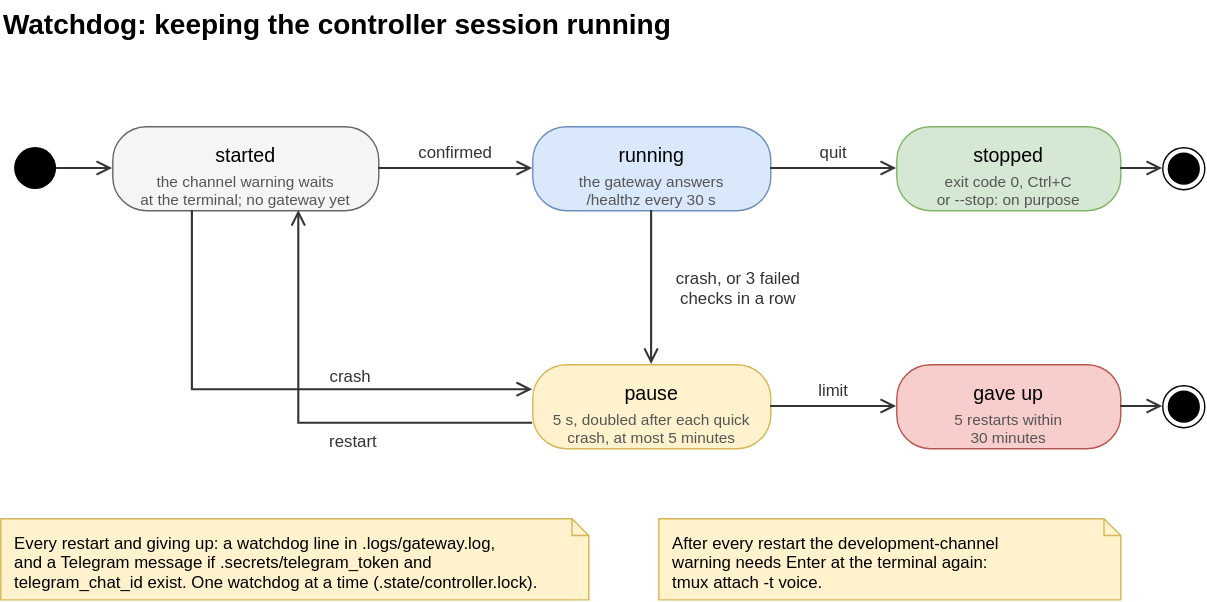
The draw.io diagram docs/watchdog.drawio.svg in alderg/cc-voice-gateway, before a commit. Source tidied: cells renumbered, new cells last; positions are measured from the earlier drawing's top-left corner, leaving out a move shared by most shapes. Its diagram source:
```xml
<mxGraphModel>
  <root>
    <mxCell id="0" />
    <mxCell id="1" parent="0" />
    <mxCell id="2" value="Watchdog: keeping the controller session running" style="text;html=0;fontSize=20;align=left;verticalAlign=middle;strokeColor=none;fillColor=none;fontStyle=1;fontColor=#000000;" parent="1" vertex="1">
      <mxGeometry width="840" height="30" as="geometry" />
    </mxCell>
    <mxCell id="3" style="ellipse;html=0;fillColor=#000000;strokeColor=none;" parent="1" vertex="1">
      <mxGeometry x="10" y="105" width="30" height="30" as="geometry" />
    </mxCell>
    <mxCell id="4" value="started" style="rounded=1;arcSize=40;html=0;fontSize=14;fillColor=#f5f5f5;strokeColor=#666666;fontStyle=0;verticalAlign=top;spacingTop=6.5;" parent="1" vertex="1">
      <mxGeometry x="80" y="90" width="190" height="60" as="geometry" />
    </mxCell>
    <mxCell id="5" value="the channel warning waits&#10;at the terminal; no gateway yet" style="text;html=0;fontSize=11;fontColor=#555555;align=center;verticalAlign=top;spacing=0;strokeColor=none;fillColor=none;" parent="4" vertex="1">
      <mxGeometry y="28.3" width="190" height="26.4" as="geometry" />
    </mxCell>
    <mxCell id="6" value="running" style="rounded=1;arcSize=40;html=0;fontSize=14;fillColor=#dae8fc;strokeColor=#6c8ebf;fontStyle=0;verticalAlign=top;spacingTop=6.5;" parent="1" vertex="1">
      <mxGeometry x="380" y="90" width="170" height="60" as="geometry" />
    </mxCell>
    <mxCell id="7" value="the gateway answers&#10;/healthz every 30 s" style="text;html=0;fontSize=11;fontColor=#555555;align=center;verticalAlign=top;spacing=0;strokeColor=none;fillColor=none;" parent="6" vertex="1">
      <mxGeometry y="28.3" width="170" height="26.4" as="geometry" />
    </mxCell>
    <mxCell id="8" value="stopped" style="rounded=1;arcSize=40;html=0;fontSize=14;fillColor=#d5e8d4;strokeColor=#82b366;fontStyle=0;verticalAlign=top;spacingTop=6.5;" parent="1" vertex="1">
      <mxGeometry x="640" y="90" width="160" height="60" as="geometry" />
    </mxCell>
    <mxCell id="9" value="exit code 0, Ctrl+C&#10;or --stop: on purpose" style="text;html=0;fontSize=11;fontColor=#555555;align=center;verticalAlign=top;spacing=0;strokeColor=none;fillColor=none;" parent="8" vertex="1">
      <mxGeometry y="28.3" width="160" height="26.4" as="geometry" />
    </mxCell>
    <mxCell id="10" style="ellipse;shape=endState;html=0;fillColor=#000000;strokeColor=#000000;" parent="1" vertex="1">
      <mxGeometry x="830" y="105" width="30" height="30" as="geometry" />
    </mxCell>
    <mxCell id="11" value="pause" style="rounded=1;arcSize=40;html=0;fontSize=14;fillColor=#fff2cc;strokeColor=#d6b656;fontStyle=0;verticalAlign=top;spacingTop=6.5;" parent="1" vertex="1">
      <mxGeometry x="380" y="260" width="170" height="60" as="geometry" />
    </mxCell>
    <mxCell id="12" value="5 s, doubled after each quick&#10;crash, at most 5 minutes" style="text;html=0;fontSize=11;fontColor=#555555;align=center;verticalAlign=top;spacing=0;strokeColor=none;fillColor=none;" parent="11" vertex="1">
      <mxGeometry y="28.3" width="170" height="26.4" as="geometry" />
    </mxCell>
    <mxCell id="13" value="gave up" style="rounded=1;arcSize=40;html=0;fontSize=14;fillColor=#f8cecc;strokeColor=#b85450;fontStyle=0;verticalAlign=top;spacingTop=6.5;" parent="1" vertex="1">
      <mxGeometry x="640" y="260" width="160" height="60" as="geometry" />
    </mxCell>
    <mxCell id="14" value="5 restarts within&#10;30 minutes" style="text;html=0;fontSize=11;fontColor=#555555;align=center;verticalAlign=top;spacing=0;strokeColor=none;fillColor=none;" parent="13" vertex="1">
      <mxGeometry y="28.3" width="160" height="26.4" as="geometry" />
    </mxCell>
    <mxCell id="15" style="ellipse;shape=endState;html=0;fillColor=#000000;strokeColor=#000000;" parent="1" vertex="1">
      <mxGeometry x="830" y="275" width="30" height="30" as="geometry" />
    </mxCell>
    <mxCell id="16" value="Every restart and giving up: a watchdog line in .logs/gateway.log,&#10;and a Telegram message if .secrets/telegram_token and&#10;telegram_chat_id exist. One watchdog at a time (.state/controller.lock)." style="shape=note;size=12;html=0;fontSize=12;align=left;verticalAlign=top;spacingLeft=8;spacingTop=4;fillColor=#fff2cc;strokeColor=#d6b656;" parent="1" vertex="1">
      <mxGeometry y="370" width="420" height="58" as="geometry" />
    </mxCell>
    <mxCell id="17" value="After every restart the development-channel&#10;warning needs Enter at the terminal again:&#10;tmux attach -t voice." style="shape=note;size=12;html=0;fontSize=12;align=left;verticalAlign=top;spacingLeft=8;spacingTop=4;fillColor=#fff2cc;strokeColor=#d6b656;" parent="1" vertex="1">
      <mxGeometry x="470" y="370" width="330" height="58" as="geometry" />
    </mxCell>
    <mxCell id="18" style="edgeStyle=none;rounded=0;html=0;endArrow=open;endFill=0;endSize=8;startArrow=none;strokeColor=#333333;strokeWidth=1.5;fontSize=12;fontColor=#333333;labelBackgroundColor=#ffffff;exitX=1;exitY=0.5;exitDx=0;exitDy=0;entryX=0;entryY=0.5;entryDx=0;entryDy=0;" parent="1" edge="1" source="3" target="4">
      <mxGeometry relative="1" as="geometry" />
    </mxCell>
    <mxCell id="19" value="confirmed" style="edgeStyle=none;rounded=0;html=0;endArrow=open;endFill=0;endSize=8;startArrow=none;strokeColor=#333333;strokeWidth=1.5;fontSize=12;fontColor=#333333;labelBackgroundColor=#ffffff;exitX=1;exitY=0.5;exitDx=0;exitDy=0;entryX=0;entryY=0.5;entryDx=0;entryDy=0;" parent="1" edge="1" source="4" target="6">
      <mxGeometry relative="1" as="geometry">
        <mxPoint y="-12" as="offset" />
      </mxGeometry>
    </mxCell>
    <mxCell id="20" value="quit" style="edgeStyle=none;rounded=0;html=0;endArrow=open;endFill=0;endSize=8;startArrow=none;strokeColor=#333333;strokeWidth=1.5;fontSize=12;fontColor=#333333;labelBackgroundColor=#ffffff;exitX=1;exitY=0.5;exitDx=0;exitDy=0;entryX=0;entryY=0.5;entryDx=0;entryDy=0;" parent="1" edge="1" source="6" target="8">
      <mxGeometry relative="1" as="geometry">
        <mxPoint y="-12" as="offset" />
      </mxGeometry>
    </mxCell>
    <mxCell id="21" style="edgeStyle=none;rounded=0;html=0;endArrow=open;endFill=0;endSize=8;startArrow=none;strokeColor=#333333;strokeWidth=1.5;fontSize=12;fontColor=#333333;labelBackgroundColor=#ffffff;exitX=1;exitY=0.5;exitDx=0;exitDy=0;entryX=0;entryY=0.5;entryDx=0;entryDy=0;" parent="1" edge="1" source="8" target="10">
      <mxGeometry relative="1" as="geometry" />
    </mxCell>
    <mxCell id="22" value="crash, or 3 failed&#10;checks in a row" style="edgeStyle=none;rounded=0;html=0;endArrow=open;endFill=0;endSize=8;startArrow=none;strokeColor=#333333;strokeWidth=1.5;fontSize=12;fontColor=#333333;labelBackgroundColor=#ffffff;exitX=0.5;exitY=1;exitDx=0;exitDy=0;entryX=0.5;entryY=0;entryDx=0;entryDy=0;" parent="1" edge="1" source="6" target="11">
      <mxGeometry relative="1" as="geometry">
        <mxPoint x="62" as="offset" />
      </mxGeometry>
    </mxCell>
    <mxCell id="23" value="crash" style="edgeStyle=none;rounded=0;html=0;endArrow=open;endFill=0;endSize=8;startArrow=none;strokeColor=#333333;strokeWidth=1.5;fontSize=12;fontColor=#333333;labelBackgroundColor=#ffffff;exitX=0.3;exitY=1;exitDx=0;exitDy=0;entryX=0;entryY=0.3;entryDx=0;entryDy=0;" parent="1" edge="1" source="4" target="11">
      <mxGeometry x="0.3" relative="1" as="geometry">
        <Array as="points">
          <mxPoint x="137" y="278" />
        </Array>
        <mxPoint y="-10" as="offset" />
      </mxGeometry>
    </mxCell>
    <mxCell id="24" value="restart" style="edgeStyle=none;rounded=0;html=0;endArrow=open;endFill=0;endSize=8;startArrow=none;strokeColor=#333333;strokeWidth=1.5;fontSize=12;fontColor=#333333;labelBackgroundColor=#ffffff;exitX=0;exitY=0.7;exitDx=0;exitDy=0;entryX=0.7;entryY=1;entryDx=0;entryDy=0;" parent="1" edge="1" source="11" target="4">
      <mxGeometry x="-0.2" relative="1" as="geometry">
        <Array as="points">
          <mxPoint x="213" y="302" />
        </Array>
        <mxPoint y="12" as="offset" />
      </mxGeometry>
    </mxCell>
    <mxCell id="25" value="limit" style="edgeStyle=none;rounded=0;html=0;endArrow=open;endFill=0;endSize=8;startArrow=none;strokeColor=#333333;strokeWidth=1.5;fontSize=12;fontColor=#333333;labelBackgroundColor=#ffffff;exitX=1;exitY=0.5;exitDx=0;exitDy=0;entryX=0;entryY=0.5;entryDx=0;entryDy=0;" parent="1" edge="1" source="11" target="13">
      <mxGeometry relative="1" as="geometry">
        <mxPoint y="-12" as="offset" />
      </mxGeometry>
    </mxCell>
    <mxCell id="26" style="edgeStyle=none;rounded=0;html=0;endArrow=open;endFill=0;endSize=8;startArrow=none;strokeColor=#333333;strokeWidth=1.5;fontSize=12;fontColor=#333333;labelBackgroundColor=#ffffff;exitX=1;exitY=0.5;exitDx=0;exitDy=0;entryX=0;entryY=0.5;entryDx=0;entryDy=0;" parent="1" edge="1" source="13" target="15">
      <mxGeometry relative="1" as="geometry" />
    </mxCell>
  </root>
</mxGraphModel>
```
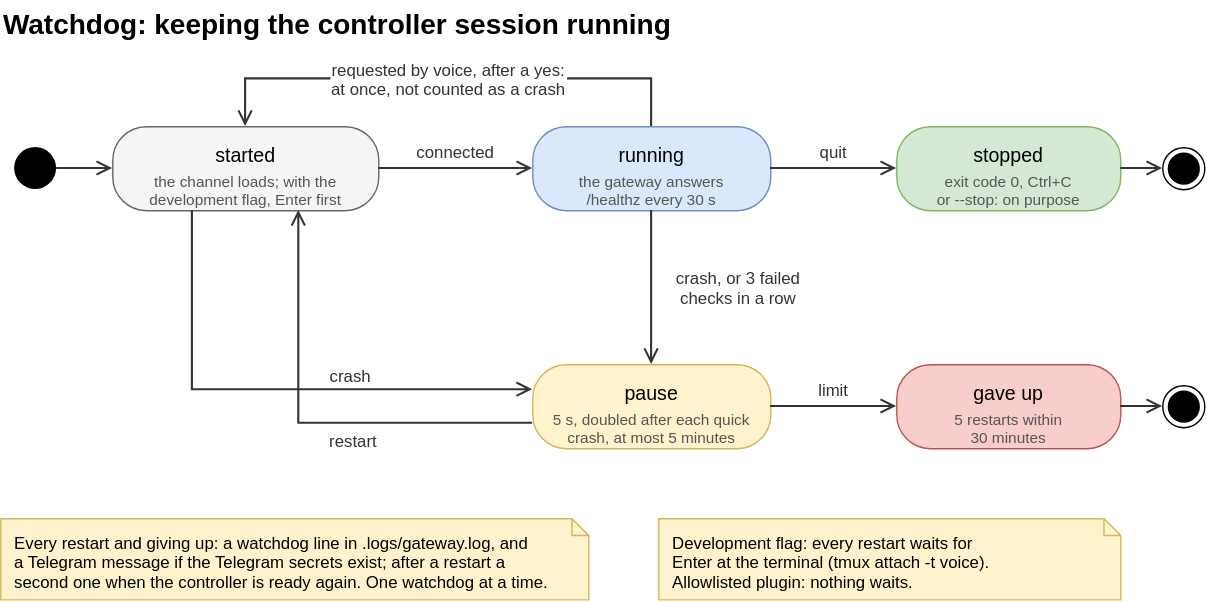
Later version of the same file.

Change to the diagram source:
```diff
@@ -11,7 +11,7 @@
     <mxCell id="4" value="started" style="rounded=1;arcSize=40;html=0;fontSize=14;fillColor=#f5f5f5;strokeColor=#666666;fontStyle=0;verticalAlign=top;spacingTop=6.5;" parent="1" vertex="1">
       <mxGeometry x="80" y="90" width="190" height="60" as="geometry" />
     </mxCell>
-    <mxCell id="5" value="the channel warning waits&#10;at the terminal; no gateway yet" style="text;html=0;fontSize=11;fontColor=#555555;align=center;verticalAlign=top;spacing=0;strokeColor=none;fillColor=none;" parent="4" vertex="1">
+    <mxCell id="5" value="the channel loads; with the&#10;development flag, Enter first" style="text;html=0;fontSize=11;fontColor=#555555;align=center;verticalAlign=top;spacing=0;strokeColor=none;fillColor=none;" parent="4" vertex="1">
       <mxGeometry y="28.3" width="190" height="26.4" as="geometry" />
     </mxCell>
     <mxCell id="6" value="running" style="rounded=1;arcSize=40;html=0;fontSize=14;fillColor=#dae8fc;strokeColor=#6c8ebf;fontStyle=0;verticalAlign=top;spacingTop=6.5;" parent="1" vertex="1">
@@ -44,16 +44,16 @@
     <mxCell id="15" style="ellipse;shape=endState;html=0;fillColor=#000000;strokeColor=#000000;" parent="1" vertex="1">
       <mxGeometry x="830" y="275" width="30" height="30" as="geometry" />
     </mxCell>
-    <mxCell id="16" value="Every restart and giving up: a watchdog line in .logs/gateway.log,&#10;and a Telegram message if .secrets/telegram_token and&#10;telegram_chat_id exist. One watchdog at a time (.state/controller.lock)." style="shape=note;size=12;html=0;fontSize=12;align=left;verticalAlign=top;spacingLeft=8;spacingTop=4;fillColor=#fff2cc;strokeColor=#d6b656;" parent="1" vertex="1">
+    <mxCell id="16" value="Every restart and giving up: a watchdog line in .logs/gateway.log, and&#10;a Telegram message if the Telegram secrets exist; after a restart a&#10;second one when the controller is ready again. One watchdog at a time." style="shape=note;size=12;html=0;fontSize=12;align=left;verticalAlign=top;spacingLeft=8;spacingTop=4;fillColor=#fff2cc;strokeColor=#d6b656;" parent="1" vertex="1">
       <mxGeometry y="370" width="420" height="58" as="geometry" />
     </mxCell>
-    <mxCell id="17" value="After every restart the development-channel&#10;warning needs Enter at the terminal again:&#10;tmux attach -t voice." style="shape=note;size=12;html=0;fontSize=12;align=left;verticalAlign=top;spacingLeft=8;spacingTop=4;fillColor=#fff2cc;strokeColor=#d6b656;" parent="1" vertex="1">
+    <mxCell id="17" value="Development flag: every restart waits for&#10;Enter at the terminal (tmux attach -t voice).&#10;Allowlisted plugin: nothing waits." style="shape=note;size=12;html=0;fontSize=12;align=left;verticalAlign=top;spacingLeft=8;spacingTop=4;fillColor=#fff2cc;strokeColor=#d6b656;" parent="1" vertex="1">
       <mxGeometry x="470" y="370" width="330" height="58" as="geometry" />
     </mxCell>
     <mxCell id="18" style="edgeStyle=none;rounded=0;html=0;endArrow=open;endFill=0;endSize=8;startArrow=none;strokeColor=#333333;strokeWidth=1.5;fontSize=12;fontColor=#333333;labelBackgroundColor=#ffffff;exitX=1;exitY=0.5;exitDx=0;exitDy=0;entryX=0;entryY=0.5;entryDx=0;entryDy=0;" parent="1" edge="1" source="3" target="4">
       <mxGeometry relative="1" as="geometry" />
     </mxCell>
-    <mxCell id="19" value="confirmed" style="edgeStyle=none;rounded=0;html=0;endArrow=open;endFill=0;endSize=8;startArrow=none;strokeColor=#333333;strokeWidth=1.5;fontSize=12;fontColor=#333333;labelBackgroundColor=#ffffff;exitX=1;exitY=0.5;exitDx=0;exitDy=0;entryX=0;entryY=0.5;entryDx=0;entryDy=0;" parent="1" edge="1" source="4" target="6">
+    <mxCell id="19" value="connected" style="edgeStyle=none;rounded=0;html=0;endArrow=open;endFill=0;endSize=8;startArrow=none;strokeColor=#333333;strokeWidth=1.5;fontSize=12;fontColor=#333333;labelBackgroundColor=#ffffff;exitX=1;exitY=0.5;exitDx=0;exitDy=0;entryX=0;entryY=0.5;entryDx=0;entryDy=0;" parent="1" edge="1" source="4" target="6">
       <mxGeometry relative="1" as="geometry">
         <mxPoint y="-12" as="offset" />
       </mxGeometry>
@@ -95,5 +95,13 @@
     <mxCell id="26" style="edgeStyle=none;rounded=0;html=0;endArrow=open;endFill=0;endSize=8;startArrow=none;strokeColor=#333333;strokeWidth=1.5;fontSize=12;fontColor=#333333;labelBackgroundColor=#ffffff;exitX=1;exitY=0.5;exitDx=0;exitDy=0;entryX=0;entryY=0.5;entryDx=0;entryDy=0;" parent="1" edge="1" source="13" target="15">
       <mxGeometry relative="1" as="geometry" />
     </mxCell>
+    <mxCell id="27" value="requested by voice, after a yes:&#10;at once, not counted as a crash" style="edgeStyle=none;rounded=0;html=0;endArrow=open;endFill=0;endSize=8;startArrow=none;strokeColor=#333333;strokeWidth=1.5;fontSize=12;fontColor=#333333;labelBackgroundColor=#ffffff;exitX=0.5;exitY=0;exitDx=0;exitDy=0;entryX=0.5;entryY=0;entryDx=0;entryDy=0;" parent="1" edge="1" source="6" target="4">
+      <mxGeometry relative="1" as="geometry">
+        <Array as="points">
+          <mxPoint x="465" y="56" />
+          <mxPoint x="175" y="56" />
+        </Array>
+      </mxGeometry>
+    </mxCell>
   </root>
 </mxGraphModel>
```
